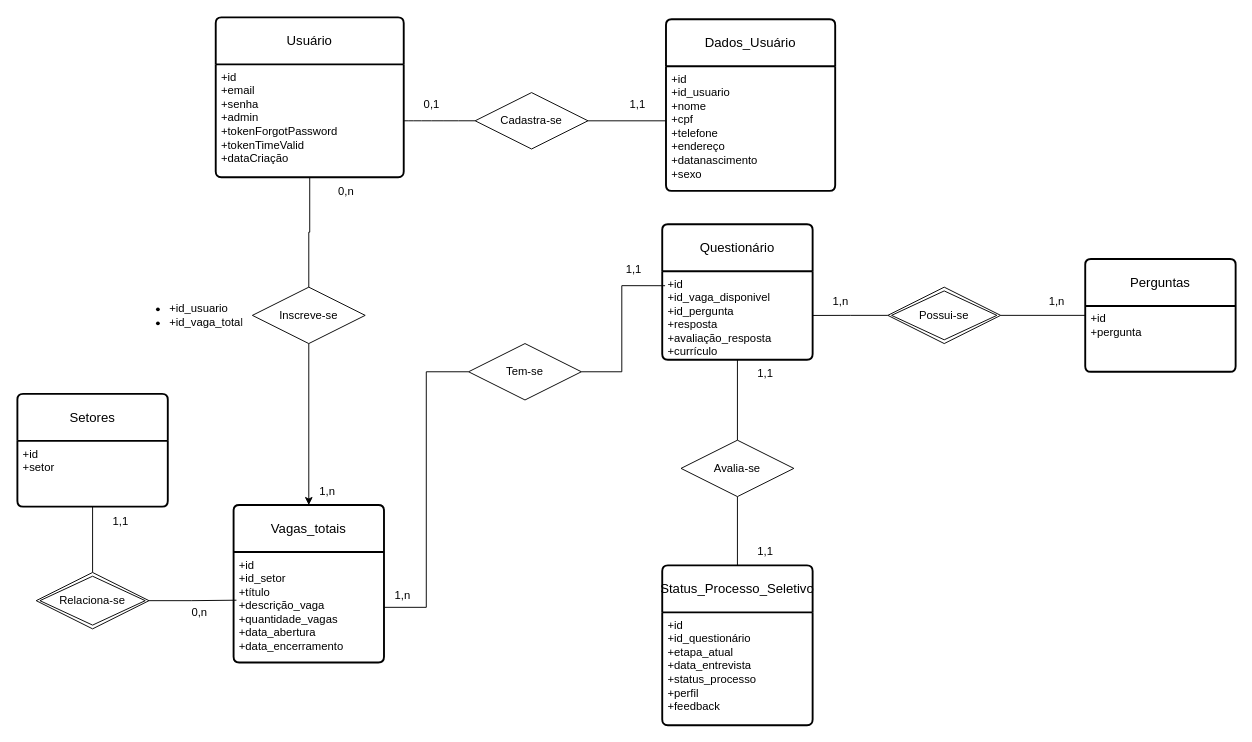
Above: Diagrama Modelo Relacional.drawio in ExtraProjects860/Project-Selection-Process-Control (draw.io), before the change. Source tidied: cells renumbered, new cells numbered last; positions are measured from the earlier drawing's top-left corner, leaving out a move shared by most shapes. Both pictures are drawn from the tidied source at 94%, with x=0, y=0 at pixel (17, 17).
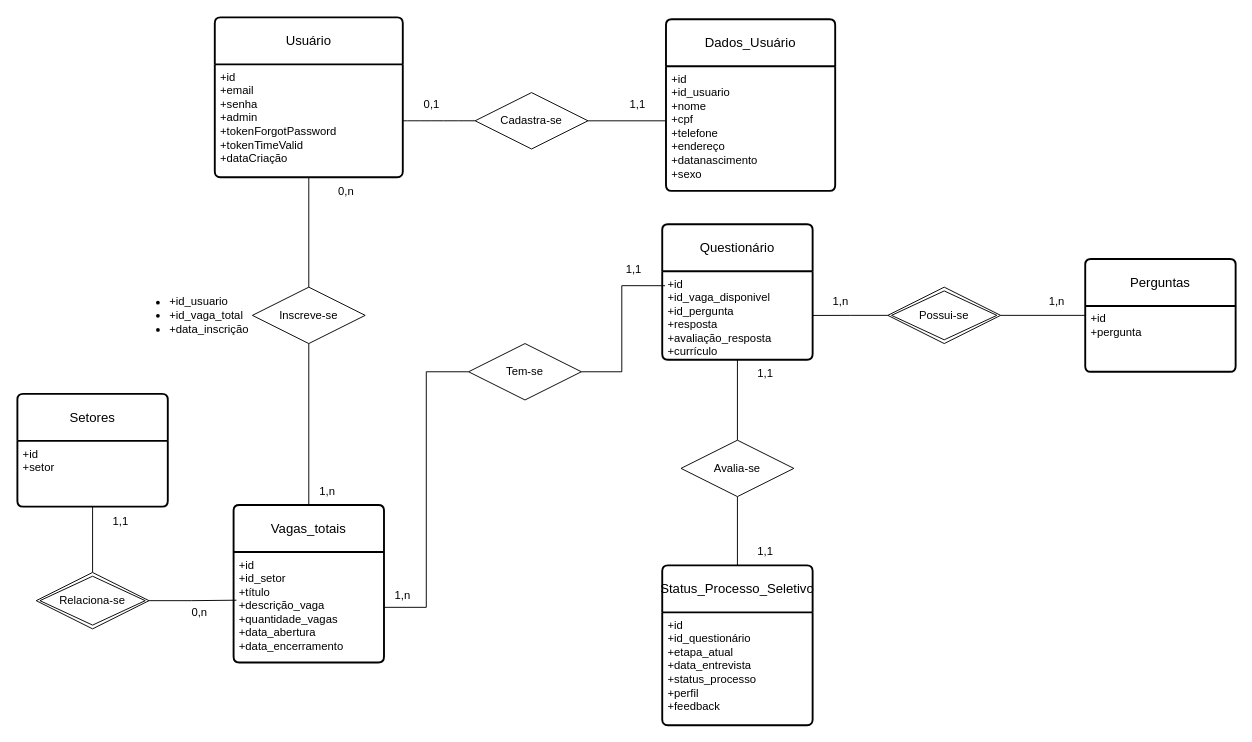
Above is the later version.

The change refers to these unchanged cells:
```xml
<mxCell id="37" value="Inscreve-se" style="shape=rhombus;perimeter=rhombusPerimeter;whiteSpace=wrap;html=1;align=center;" parent="1" vertex="1">
  <mxGeometry x="250" y="287" width="120" height="60" as="geometry" />
</mxCell>
<mxCell id="40" value="Vagas_totais" style="swimlane;horizontal=1;startSize=50;rounded=1;fontSize=14;fontStyle=0;strokeWidth=2;shadow=0;dashed=0;align=center;arcSize=4;whiteSpace=wrap;html=1;" parent="1" vertex="1">
  <mxGeometry x="230" y="518.8" width="160" height="167.5" as="geometry" />
</mxCell>
```

Diff of the diagram source:
```diff
@@
     <mxCell id="2" value="Usuário" style="swimlane;horizontal=1;startSize=50;rounded=1;fontSize=14;fontStyle=0;strokeWidth=2;shadow=0;dashed=0;align=center;arcSize=4;whiteSpace=wrap;html=1;" parent="1" vertex="1">
-      <mxGeometry x="211" width="200" height="170" as="geometry" />
+      <mxGeometry x="210" width="200" height="170" as="geometry" />
     </mxCell>
@@
-    <mxCell id="36" style="edgeStyle=orthogonalEdgeStyle;rounded=0;jettySize=auto;html=1;" parent="1" edge="1" source="37" target="40">
+    <mxCell id="36" style="edgeStyle=orthogonalEdgeStyle;rounded=0;jettySize=auto;html=1;endArrow=none;endFill=0;" parent="1" edge="1" source="37" target="40">
       <mxGeometry relative="1" as="geometry" />
     </mxCell>
@@
-    <mxCell id="45" value="&lt;ul&gt;&lt;li&gt;&lt;span style=&quot;text-wrap: nowrap;&quot;&gt;+id_usuario&lt;/span&gt;&lt;/li&gt;&lt;li&gt;&lt;span style=&quot;text-wrap: nowrap;&quot;&gt;+id_vaga_total&lt;/span&gt;&lt;/li&gt;&lt;/ul&gt;" style="text;strokeColor=none;fillColor=none;html=1;whiteSpace=wrap;verticalAlign=middle;overflow=hidden;" parent="1" vertex="1">
+    <mxCell id="45" value="&lt;ul&gt;&lt;li&gt;&lt;span style=&quot;text-wrap: nowrap;&quot;&gt;+id_usuario&lt;/span&gt;&lt;/li&gt;&lt;li&gt;&lt;span style=&quot;text-wrap: nowrap;&quot;&gt;+id_vaga_total&lt;/span&gt;&lt;/li&gt;&lt;li&gt;&lt;span style=&quot;text-wrap: nowrap;&quot;&gt;+data_inscrição&lt;/span&gt;&lt;/li&gt;&lt;/ul&gt;" style="text;strokeColor=none;fillColor=none;html=1;whiteSpace=wrap;verticalAlign=middle;overflow=hidden;" parent="1" vertex="1">
       <mxGeometry x="120" y="277" width="130" height="80" as="geometry" />
     </mxCell>
```
